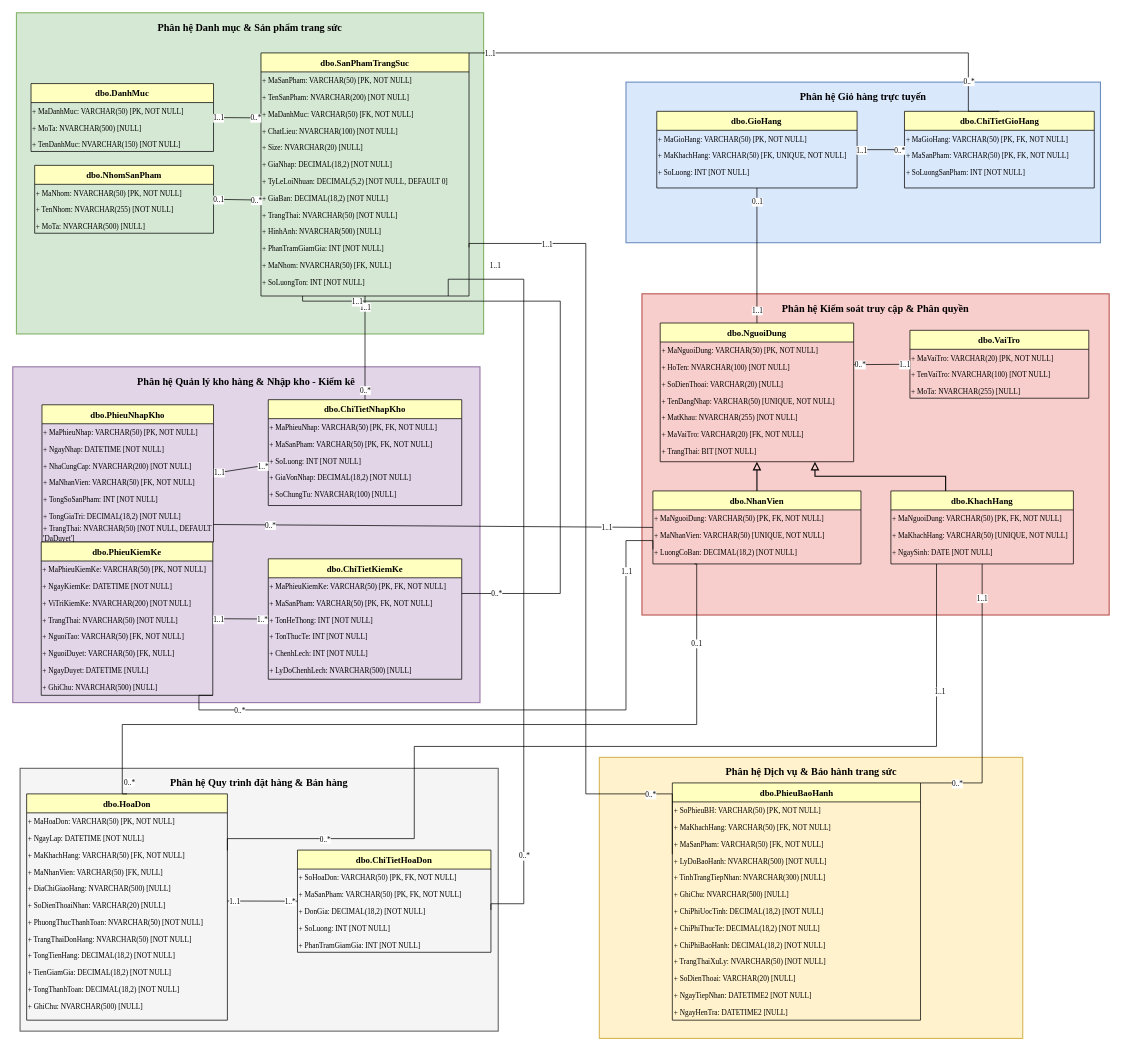
The draw.io diagram classdiagram/classdiagram và erd blinkblink-ERD.drawio.xml in sunsun0209s/Blink_Blink_Jewelry_Personal, before the edit. Source tidied: cells renumbered, new cells numbered last; positions are measured from the earlier drawing's top-left corner, leaving out a move shared by most shapes. Both pictures are drawn from the tidied source at 73%, with x=0, y=0 at pixel (12, 12).
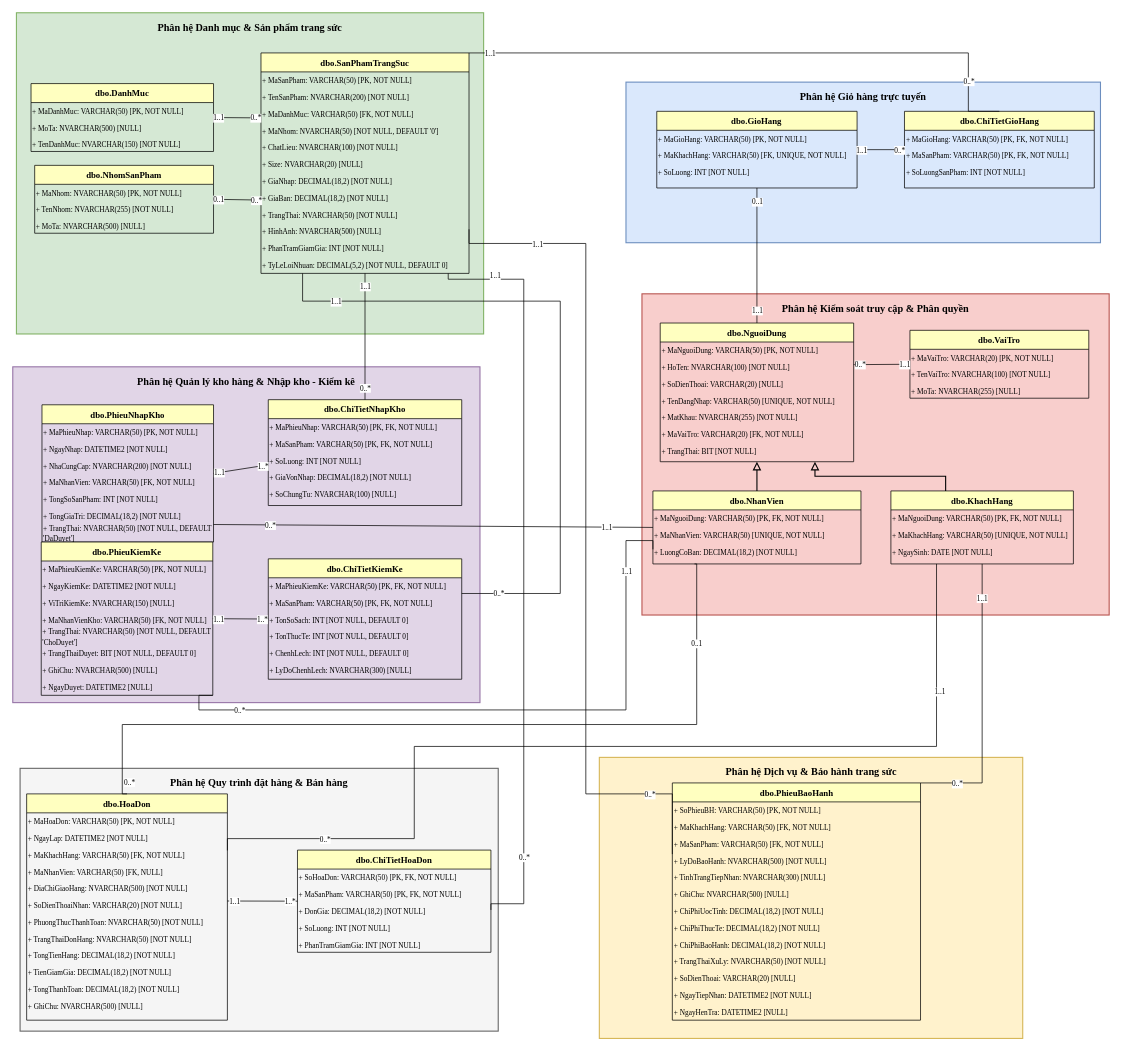
The same page after the edit.

Commit message:
docs(erd): dong bo cac thuoc tinh va kieu du lieu trong ERD xml khop 100% voi BlinkBlinkJewelry.sql

The change refers to these unchanged cells:
```xml
<mxCell id="35" value="dbo.PhieuNhapKho" style="swimlane;fontStyle=1;align=center;verticalAlign=top;horizontal=1;startSize=26;whiteSpace=wrap;html=1;fillColor=#ffffc0;strokeColor=#000000;fontFamily=Times New Roman;fontSize=12;fontColor=#000000;" parent="1" vertex="1">
  <mxGeometry x="40" y="537" width="235" height="188" as="geometry" />
</mxCell>
<mxCell id="49" value="dbo.PhieuKiemKe" style="swimlane;fontStyle=1;align=center;verticalAlign=top;horizontal=1;startSize=26;whiteSpace=wrap;html=1;fillColor=#ffffc0;strokeColor=#000000;fontFamily=Times New Roman;fontSize=12;fontColor=#000000;" parent="1" vertex="1">
  <mxGeometry x="39" y="725" width="235" height="210" as="geometry" />
</mxCell>
<mxCell id="58" value="dbo.ChiTietKiemKe" style="swimlane;fontStyle=1;align=center;verticalAlign=top;horizontal=1;startSize=26;whiteSpace=wrap;html=1;fillColor=#ffffc0;strokeColor=#000000;fontFamily=Times New Roman;fontSize=12;fontColor=#000000;" parent="1" vertex="1">
  <mxGeometry x="350" y="748" width="265" height="165" as="geometry" />
</mxCell>
<mxCell id="87" value="dbo.HoaDon" style="swimlane;fontStyle=1;align=center;verticalAlign=top;horizontal=1;startSize=26;whiteSpace=wrap;html=1;fillColor=#ffffc0;strokeColor=#000000;fontFamily=Times New Roman;fontSize=12;fontColor=#000000;" parent="1" vertex="1">
  <mxGeometry x="19" y="1070" width="275" height="310" as="geometry" />
</mxCell>
```

What changed in the source:
```diff
@@
     <mxCell id="11" value="dbo.SanPhamTrangSuc" style="swimlane;fontStyle=1;align=center;verticalAlign=top;horizontal=1;startSize=26;whiteSpace=wrap;html=1;fillColor=#ffffc0;strokeColor=#000000;fontFamily=Times New Roman;fontSize=12;fontColor=#000000;" parent="1" vertex="1">
-      <mxGeometry x="340" y="55" width="285" height="333" as="geometry" />
+      <mxGeometry x="340" y="55" width="285" height="302" as="geometry" />
     </mxCell>
@@
+    <mxCell id="23" value="&lt;div&gt;&lt;font face=&quot;Times New Roman&quot;&gt;&lt;span style=&quot;font-size: 10px;&quot;&gt;+ MaNhom: NVARCHAR(50) [NOT NULL, DEFAULT '0']&lt;/span&gt;&lt;/font&gt;&lt;/div&gt;" style="text;html=1;whiteSpace=wrap;strokeColor=none;fillColor=none;align=left;verticalAlign=middle;rounded=0;fontSize=11;" parent="11" vertex="1">
+      <mxGeometry y="95" width="285" height="23" as="geometry" />
+    </mxCell>
     <mxCell id="15" value="&lt;div&gt;&lt;font face=&quot;Times New Roman&quot;&gt;&lt;span style=&quot;font-size: 10px;&quot;&gt;+ ChatLieu: NVARCHAR(100) [NOT NULL]&lt;/span&gt;&lt;/font&gt;&lt;/div&gt;" style="text;html=1;whiteSpace=wrap;strokeColor=none;fillColor=none;align=left;verticalAlign=middle;rounded=0;fontSize=11;" parent="11" vertex="1">
-      <mxGeometry y="95" width="285" height="23" as="geometry" />
+      <mxGeometry y="118" width="285" height="23" as="geometry" />
     </mxCell>
     <mxCell id="16" value="&lt;div&gt;&lt;font face=&quot;Times New Roman&quot;&gt;&lt;span style=&quot;font-size: 10px;&quot;&gt;+ Size: NVARCHAR(20) [NULL]&lt;/span&gt;&lt;/font&gt;&lt;/div&gt;" style="text;html=1;whiteSpace=wrap;strokeColor=none;fillColor=none;align=left;verticalAlign=middle;rounded=0;fontSize=11;" parent="11" vertex="1">
-      <mxGeometry y="118" width="285" height="23" as="geometry" />
+      <mxGeometry y="141" width="285" height="23" as="geometry" />
     </mxCell>
     <mxCell id="17" value="&lt;div&gt;&lt;font face=&quot;Times New Roman&quot;&gt;&lt;span style=&quot;font-size: 10px;&quot;&gt;+ GiaNhap: DECIMAL(18,2) [NOT NULL]&lt;/span&gt;&lt;/font&gt;&lt;/div&gt;" style="text;html=1;whiteSpace=wrap;strokeColor=none;fillColor=none;align=left;verticalAlign=middle;rounded=0;fontSize=11;" parent="11" vertex="1">
-      <mxGeometry y="141" width="285" height="23" as="geometry" />
+      <mxGeometry y="164" width="285" height="23" as="geometry" />
     </mxCell>
-    <mxCell id="18" value="&lt;div&gt;&lt;font face=&quot;Times New Roman&quot;&gt;&lt;span style=&quot;font-size: 10px;&quot;&gt;+ TyLeLoiNhuan: DECIMAL(5,2) [NOT NULL, DEFAULT 0]&lt;/span&gt;&lt;/font&gt;&lt;/div&gt;" style="text;html=1;whiteSpace=wrap;strokeColor=none;fillColor=none;align=left;verticalAlign=middle;rounded=0;fontSize=11;" parent="11" vertex="1">
-      <mxGeometry y="164" width="285" height="23" as="geometry" />
-    </mxCell>
@@
-    <mxCell id="23" value="&lt;div&gt;&lt;font face=&quot;Times New Roman&quot;&gt;&lt;span style=&quot;font-size: 10px;&quot;&gt;+ MaNhom: NVARCHAR(50) [FK, NULL]&lt;/span&gt;&lt;/font&gt;&lt;/div&gt;" style="text;html=1;whiteSpace=wrap;strokeColor=none;fillColor=none;align=left;verticalAlign=middle;rounded=0;fontSize=11;" parent="11" vertex="1">
-      <mxGeometry y="279" width="285" height="23" as="geometry" />
-    </mxCell>
-    <mxCell id="24" value="&lt;font face=&quot;Times New Roman&quot;&gt;&lt;span style=&quot;font-size: 10px;&quot;&gt;+ SoLuongTon: INT [NOT NULL]&lt;/span&gt;&lt;/font&gt;" style="text;html=1;whiteSpace=wrap;strokeColor=none;fillColor=none;align=left;verticalAlign=middle;rounded=0;fontSize=11;" parent="11" vertex="1">
-      <mxGeometry y="302" width="285" height="23" as="geometry" />
-    </mxCell>
+    <mxCell id="18" value="&lt;div&gt;&lt;font face=&quot;Times New Roman&quot;&gt;&lt;span style=&quot;font-size: 10px;&quot;&gt;+ TyLeLoiNhuan: DECIMAL(5,2) [NOT NULL, DEFAULT 0]&lt;/span&gt;&lt;/font&gt;&lt;/div&gt;" style="text;html=1;whiteSpace=wrap;strokeColor=none;fillColor=none;align=left;verticalAlign=middle;rounded=0;fontSize=11;" parent="11" vertex="1">
+      <mxGeometry y="279" width="285" height="23" as="geometry" />
+    </mxCell>
@@
-    <mxCell id="37" value="&lt;div&gt;&lt;font face=&quot;Times New Roman&quot;&gt;&lt;span style=&quot;font-size: 10px;&quot;&gt;+ NgayNhap: DATETIME [NOT NULL]&lt;/span&gt;&lt;/font&gt;&lt;/div&gt;" style="text;html=1;whiteSpace=wrap;strokeColor=none;fillColor=none;align=left;verticalAlign=middle;rounded=0;fontSize=11;" parent="35" vertex="1">
+    <mxCell id="37" value="&lt;div&gt;&lt;font face=&quot;Times New Roman&quot;&gt;&lt;span style=&quot;font-size: 10px;&quot;&gt;+ NgayNhap: DATETIME2 [NOT NULL]&lt;/span&gt;&lt;/font&gt;&lt;/div&gt;" style="text;html=1;whiteSpace=wrap;strokeColor=none;fillColor=none;align=left;verticalAlign=middle;rounded=0;fontSize=11;" parent="35" vertex="1">
       <mxGeometry y="49" width="235" height="23" as="geometry" />
     </mxCell>
@@
-    <mxCell id="51" value="&lt;div&gt;&lt;font face=&quot;Times New Roman&quot;&gt;&lt;span style=&quot;font-size: 10px;&quot;&gt;+ NgayKiemKe: DATETIME [NOT NULL]&lt;/span&gt;&lt;/font&gt;&lt;/div&gt;" style="text;html=1;whiteSpace=wrap;strokeColor=none;fillColor=none;align=left;verticalAlign=middle;rounded=0;fontSize=11;" parent="49" vertex="1">
+    <mxCell id="51" value="&lt;div&gt;&lt;font face=&quot;Times New Roman&quot;&gt;&lt;span style=&quot;font-size: 10px;&quot;&gt;+ NgayKiemKe: DATETIME2 [NOT NULL]&lt;/span&gt;&lt;/font&gt;&lt;/div&gt;" style="text;html=1;whiteSpace=wrap;strokeColor=none;fillColor=none;align=left;verticalAlign=middle;rounded=0;fontSize=11;" parent="49" vertex="1">
       <mxGeometry y="49" width="235" height="23" as="geometry" />
     </mxCell>
-    <mxCell id="52" value="&lt;div&gt;&lt;font face=&quot;Times New Roman&quot;&gt;&lt;span style=&quot;font-size: 10px;&quot;&gt;+ ViTriKiemKe: NVARCHAR(200) [NOT NULL]&lt;/span&gt;&lt;/font&gt;&lt;/div&gt;" style="text;html=1;whiteSpace=wrap;strokeColor=none;fillColor=none;align=left;verticalAlign=middle;rounded=0;fontSize=11;" parent="49" vertex="1">
+    <mxCell id="52" value="&lt;div&gt;&lt;font face=&quot;Times New Roman&quot;&gt;&lt;span style=&quot;font-size: 10px;&quot;&gt;+ ViTriKiemKe: NVARCHAR(150) [NULL]&lt;/span&gt;&lt;/font&gt;&lt;/div&gt;" style="text;html=1;whiteSpace=wrap;strokeColor=none;fillColor=none;align=left;verticalAlign=middle;rounded=0;fontSize=11;" parent="49" vertex="1">
       <mxGeometry y="72" width="235" height="23" as="geometry" />
     </mxCell>
+    <mxCell id="54" value="&lt;div&gt;&lt;font face=&quot;Times New Roman&quot;&gt;&lt;span style=&quot;font-size: 10px;&quot;&gt;+ MaNhanVienKho: VARCHAR(50) [FK, NOT NULL]&lt;/span&gt;&lt;/font&gt;&lt;/div&gt;" style="text;html=1;whiteSpace=wrap;strokeColor=none;fillColor=none;align=left;verticalAlign=middle;rounded=0;fontSize=11;" parent="49" vertex="1">
+      <mxGeometry y="95" width="235" height="23" as="geometry" />
+    </mxCell>
-    <mxCell id="53" value="&lt;div&gt;&lt;font face=&quot;Times New Roman&quot;&gt;&lt;span style=&quot;font-size: 10px;&quot;&gt;+ TrangThai: NVARCHAR(50) [NOT NULL]&lt;/span&gt;&lt;/font&gt;&lt;/div&gt;" style="text;html=1;whiteSpace=wrap;strokeColor=none;fillColor=none;align=left;verticalAlign=middle;rounded=0;fontSize=11;" parent="49" vertex="1">
-      <mxGeometry y="95" width="235" height="23" as="geometry" />
+    <mxCell id="53" value="&lt;div&gt;&lt;font face=&quot;Times New Roman&quot;&gt;&lt;span style=&quot;font-size: 10px;&quot;&gt;+ TrangThai: NVARCHAR(50) [NOT NULL, DEFAULT 'ChoDuyet']&lt;/span&gt;&lt;/font&gt;&lt;/div&gt;" style="text;html=1;whiteSpace=wrap;strokeColor=none;fillColor=none;align=left;verticalAlign=middle;rounded=0;fontSize=11;" parent="49" vertex="1">
+      <mxGeometry y="118" width="235" height="23" as="geometry" />
     </mxCell>
-    <mxCell id="54" value="&lt;div&gt;&lt;font face=&quot;Times New Roman&quot;&gt;&lt;span style=&quot;font-size: 10px;&quot;&gt;+ NguoiTao: VARCHAR(50) [FK, NOT NULL]&lt;/span&gt;&lt;/font&gt;&lt;/div&gt;" style="text;html=1;whiteSpace=wrap;strokeColor=none;fillColor=none;align=left;verticalAlign=middle;rounded=0;fontSize=11;" parent="49" vertex="1">
-      <mxGeometry y="118" width="235" height="23" as="geometry" />
-    </mxCell>
-    <mxCell id="55" value="&lt;div&gt;&lt;font face=&quot;Times New Roman&quot;&gt;&lt;span style=&quot;font-size: 10px;&quot;&gt;+ NguoiDuyet: VARCHAR(50) [FK, NULL]&lt;/span&gt;&lt;/font&gt;&lt;/div&gt;" style="text;html=1;whiteSpace=wrap;strokeColor=none;fillColor=none;align=left;verticalAlign=middle;rounded=0;fontSize=11;" parent="49" vertex="1">
+    <mxCell id="55" value="&lt;div&gt;&lt;font face=&quot;Times New Roman&quot;&gt;&lt;span style=&quot;font-size: 10px;&quot;&gt;+ TrangThaiDuyet: BIT [NOT NULL, DEFAULT 0]&lt;/span&gt;&lt;/font&gt;&lt;/div&gt;" style="text;html=1;whiteSpace=wrap;strokeColor=none;fillColor=none;align=left;verticalAlign=middle;rounded=0;fontSize=11;" parent="49" vertex="1">
       <mxGeometry y="141" width="235" height="23" as="geometry" />
     </mxCell>
+    <mxCell id="57" value="&lt;font face=&quot;Times New Roman&quot;&gt;&lt;span style=&quot;font-size: 10px;&quot;&gt;+ GhiChu: NVARCHAR(500) [NULL]&lt;/span&gt;&lt;/font&gt;" style="text;html=1;whiteSpace=wrap;strokeColor=none;fillColor=none;align=left;verticalAlign=middle;rounded=0;fontSize=11;" parent="49" vertex="1">
+      <mxGeometry y="164" width="235" height="23" as="geometry" />
+    </mxCell>
-    <mxCell id="56" value="&lt;div&gt;&lt;font face=&quot;Times New Roman&quot;&gt;&lt;span style=&quot;font-size: 10px;&quot;&gt;+ NgayDuyet: DATETIME [NULL]&lt;/span&gt;&lt;/font&gt;&lt;/div&gt;" style="text;html=1;whiteSpace=wrap;strokeColor=none;fillColor=none;align=left;verticalAlign=middle;rounded=0;fontSize=11;" parent="49" vertex="1">
-      <mxGeometry y="164" width="235" height="23" as="geometry" />
+    <mxCell id="56" value="&lt;div&gt;&lt;font face=&quot;Times New Roman&quot;&gt;&lt;span style=&quot;font-size: 10px;&quot;&gt;+ NgayDuyet: DATETIME2 [NULL]&lt;/span&gt;&lt;/font&gt;&lt;/div&gt;" style="text;html=1;whiteSpace=wrap;strokeColor=none;fillColor=none;align=left;verticalAlign=middle;rounded=0;fontSize=11;" parent="49" vertex="1">
+      <mxGeometry y="187" width="235" height="23" as="geometry" />
     </mxCell>
-    <mxCell id="57" value="&lt;font face=&quot;Times New Roman&quot;&gt;&lt;span style=&quot;font-size: 10px;&quot;&gt;+ GhiChu: NVARCHAR(500) [NULL]&lt;/span&gt;&lt;/font&gt;" style="text;html=1;whiteSpace=wrap;strokeColor=none;fillColor=none;align=left;verticalAlign=middle;rounded=0;fontSize=11;" parent="49" vertex="1">
-      <mxGeometry y="187" width="235" height="23" as="geometry" />
-    </mxCell>
@@
-    <mxCell id="61" value="&lt;div&gt;&lt;font face=&quot;Times New Roman&quot;&gt;&lt;span style=&quot;font-size: 10px;&quot;&gt;+ TonHeThong: INT [NOT NULL]&lt;/span&gt;&lt;/font&gt;&lt;/div&gt;" style="text;html=1;whiteSpace=wrap;strokeColor=none;fillColor=none;align=left;verticalAlign=middle;rounded=0;fontSize=11;" parent="58" vertex="1">
+    <mxCell id="61" value="&lt;div&gt;&lt;font face=&quot;Times New Roman&quot;&gt;&lt;span style=&quot;font-size: 10px;&quot;&gt;+ TonSoSach: INT [NOT NULL, DEFAULT 0]&lt;/span&gt;&lt;/font&gt;&lt;/div&gt;" style="text;html=1;whiteSpace=wrap;strokeColor=none;fillColor=none;align=left;verticalAlign=middle;rounded=0;fontSize=11;" parent="58" vertex="1">
       <mxGeometry y="72" width="265" height="23" as="geometry" />
     </mxCell>
-    <mxCell id="62" value="&lt;div&gt;&lt;font face=&quot;Times New Roman&quot;&gt;&lt;span style=&quot;font-size: 10px;&quot;&gt;+ TonThucTe: INT [NOT NULL]&lt;/span&gt;&lt;/font&gt;&lt;/div&gt;" style="text;html=1;whiteSpace=wrap;strokeColor=none;fillColor=none;align=left;verticalAlign=middle;rounded=0;fontSize=11;" parent="58" vertex="1">
+    <mxCell id="62" value="&lt;div&gt;&lt;font face=&quot;Times New Roman&quot;&gt;&lt;span style=&quot;font-size: 10px;&quot;&gt;+ TonThucTe: INT [NOT NULL, DEFAULT 0]&lt;/span&gt;&lt;/font&gt;&lt;/div&gt;" style="text;html=1;whiteSpace=wrap;strokeColor=none;fillColor=none;align=left;verticalAlign=middle;rounded=0;fontSize=11;" parent="58" vertex="1">
       <mxGeometry y="95" width="265" height="23" as="geometry" />
     </mxCell>
-    <mxCell id="63" value="&lt;div&gt;&lt;font face=&quot;Times New Roman&quot;&gt;&lt;span style=&quot;font-size: 10px;&quot;&gt;+ ChenhLech: INT [NOT NULL]&lt;/span&gt;&lt;/font&gt;&lt;/div&gt;" style="text;html=1;whiteSpace=wrap;strokeColor=none;fillColor=none;align=left;verticalAlign=middle;rounded=0;fontSize=11;" parent="58" vertex="1">
+    <mxCell id="63" value="&lt;div&gt;&lt;font face=&quot;Times New Roman&quot;&gt;&lt;span style=&quot;font-size: 10px;&quot;&gt;+ ChenhLech: INT [NOT NULL, DEFAULT 0]&lt;/span&gt;&lt;/font&gt;&lt;/div&gt;" style="text;html=1;whiteSpace=wrap;strokeColor=none;fillColor=none;align=left;verticalAlign=middle;rounded=0;fontSize=11;" parent="58" vertex="1">
       <mxGeometry y="118" width="265" height="23" as="geometry" />
     </mxCell>
-    <mxCell id="64" value="&lt;font face=&quot;Times New Roman&quot;&gt;&lt;span style=&quot;font-size: 10px;&quot;&gt;+ LyDoChenhLech: NVARCHAR(500) [NULL]&lt;/span&gt;&lt;/font&gt;" style="text;html=1;whiteSpace=wrap;strokeColor=none;fillColor=none;align=left;verticalAlign=middle;rounded=0;fontSize=11;" parent="58" vertex="1">
+    <mxCell id="64" value="&lt;font face=&quot;Times New Roman&quot;&gt;&lt;span style=&quot;font-size: 10px;&quot;&gt;+ LyDoChenhLech: NVARCHAR(300) [NULL]&lt;/span&gt;&lt;/font&gt;" style="text;html=1;whiteSpace=wrap;strokeColor=none;fillColor=none;align=left;verticalAlign=middle;rounded=0;fontSize=11;" parent="58" vertex="1">
       <mxGeometry y="141" width="265" height="23" as="geometry" />
     </mxCell>
@@
-    <mxCell id="89" value="&lt;div&gt;&lt;font face=&quot;Times New Roman&quot;&gt;&lt;span style=&quot;font-size: 10px;&quot;&gt;+ NgayLap: DATETIME [NOT NULL]&lt;/span&gt;&lt;/font&gt;&lt;/div&gt;" style="text;html=1;whiteSpace=wrap;strokeColor=none;fillColor=none;align=left;verticalAlign=middle;rounded=0;fontSize=11;" parent="87" vertex="1">
+    <mxCell id="89" value="&lt;div&gt;&lt;font face=&quot;Times New Roman&quot;&gt;&lt;span style=&quot;font-size: 10px;&quot;&gt;+ NgayLap: DATETIME2 [NOT NULL]&lt;/span&gt;&lt;/font&gt;&lt;/div&gt;" style="text;html=1;whiteSpace=wrap;strokeColor=none;fillColor=none;align=left;verticalAlign=middle;rounded=0;fontSize=11;" parent="87" vertex="1">
       <mxGeometry y="49" width="275" height="23" as="geometry" />
     </mxCell>
@@
-    <mxCell id="92" value="&lt;div&gt;&lt;font face=&quot;Times New Roman&quot;&gt;&lt;span style=&quot;font-size: 10px;&quot;&gt;+ DiaChiGiaoHang: NVARCHAR(500) [NULL]&lt;/span&gt;&lt;/font&gt;&lt;/div&gt;" style="text;html=1;whiteSpace=wrap;strokeColor=none;fillColor=none;align=left;verticalAlign=middle;rounded=0;fontSize=11;" parent="87" vertex="1">
+    <mxCell id="92" value="&lt;div&gt;&lt;font face=&quot;Times New Roman&quot;&gt;&lt;span style=&quot;font-size: 10px;&quot;&gt;+ DiaChiGiaoHang: NVARCHAR(500) [NOT NULL]&lt;/span&gt;&lt;/font&gt;&lt;/div&gt;" style="text;html=1;whiteSpace=wrap;strokeColor=none;fillColor=none;align=left;verticalAlign=middle;rounded=0;fontSize=11;" parent="87" vertex="1">
       <mxGeometry y="118" width="275" height="23" as="geometry" />
     </mxCell>
-    <mxCell id="93" value="&lt;div&gt;&lt;font face=&quot;Times New Roman&quot;&gt;&lt;span style=&quot;font-size: 10px;&quot;&gt;+ SoDienThoaiNhan: VARCHAR(20) [NULL]&lt;/span&gt;&lt;/font&gt;&lt;/div&gt;" style="text;html=1;whiteSpace=wrap;strokeColor=none;fillColor=none;align=left;verticalAlign=middle;rounded=0;fontSize=11;" parent="87" vertex="1">
+    <mxCell id="93" value="&lt;div&gt;&lt;font face=&quot;Times New Roman&quot;&gt;&lt;span style=&quot;font-size: 10px;&quot;&gt;+ SoDienThoaiNhan: VARCHAR(20) [NOT NULL]&lt;/span&gt;&lt;/font&gt;&lt;/div&gt;" style="text;html=1;whiteSpace=wrap;strokeColor=none;fillColor=none;align=left;verticalAlign=middle;rounded=0;fontSize=11;" parent="87" vertex="1">
       <mxGeometry y="141" width="275" height="23" as="geometry" />
     </mxCell>
```
